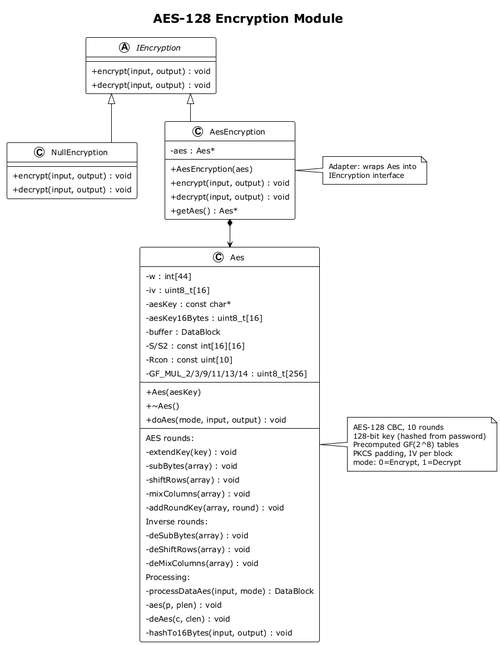
Before: DevFiles/FlowCharts/UML/AES_Module.png, a diagram exported from PlantUML (KAIDO-YONAGI/Noobs-Compressor). Its diagram source:
```plantuml
@startuml AES_Module

!theme plain
skinparam classAttributeIconSize 0
skinparam linetype ortho
skinparam nodesep 50
skinparam ranksep 50
skinparam padding 4
skinparam packagePadding 4

title AES-128 Encryption Module

abstract class IEncryption {
    + encrypt(input, output) : void
    + decrypt(input, output) : void
}

together {
    class AesEncryption {
        - aes : Aes*
        + AesEncryption(aes)
        + encrypt(input, output) : void
        + decrypt(input, output) : void
        + getAes() : Aes*
    }
    class NullEncryption {
        + encrypt(input, output) : void
        + decrypt(input, output) : void
    }
}

class Aes {
    - w : int[44]
    - iv : uint8_t[16]
    - aesKey : const char*
    - aesKey16Bytes : uint8_t[16]
    - buffer : DataBlock
    - S/S2 : const int[16][16]
    - Rcon : const uint[10]
    - GF_MUL_2/3/9/11/13/14 : uint8_t[256]
    --
    + Aes(aesKey)
    + ~Aes()
    + doAes(mode, input, output) : void
    --
    AES rounds:
    - extendKey(key) : void
    - subBytes(array) : void
    - shiftRows(array) : void
    - mixColumns(array) : void
    - addRoundKey(array, round) : void
    Inverse rounds:
    - deSubBytes(array) : void
    - deShiftRows(array) : void
    - deMixColumns(array) : void
    Processing:
    - processDataAes(input, mode) : DataBlock
    - aes(p, plen) : void
    - deAes(c, clen) : void
    - hashTo16Bytes(input, output) : void
}

IEncryption <|-- AesEncryption
IEncryption <|-- NullEncryption
AesEncryption *--> Aes

note right of Aes
  AES-128 CBC, 10 rounds
  128-bit key (hashed from password)
  Precomputed GF(2^8) tables
  PKCS padding, IV per block
  mode: 0=Encrypt, 1=Decrypt
end note

note left of AesEncryption
  Adapter: wraps Aes into
  IEncryption interface
end note

@enduml
```
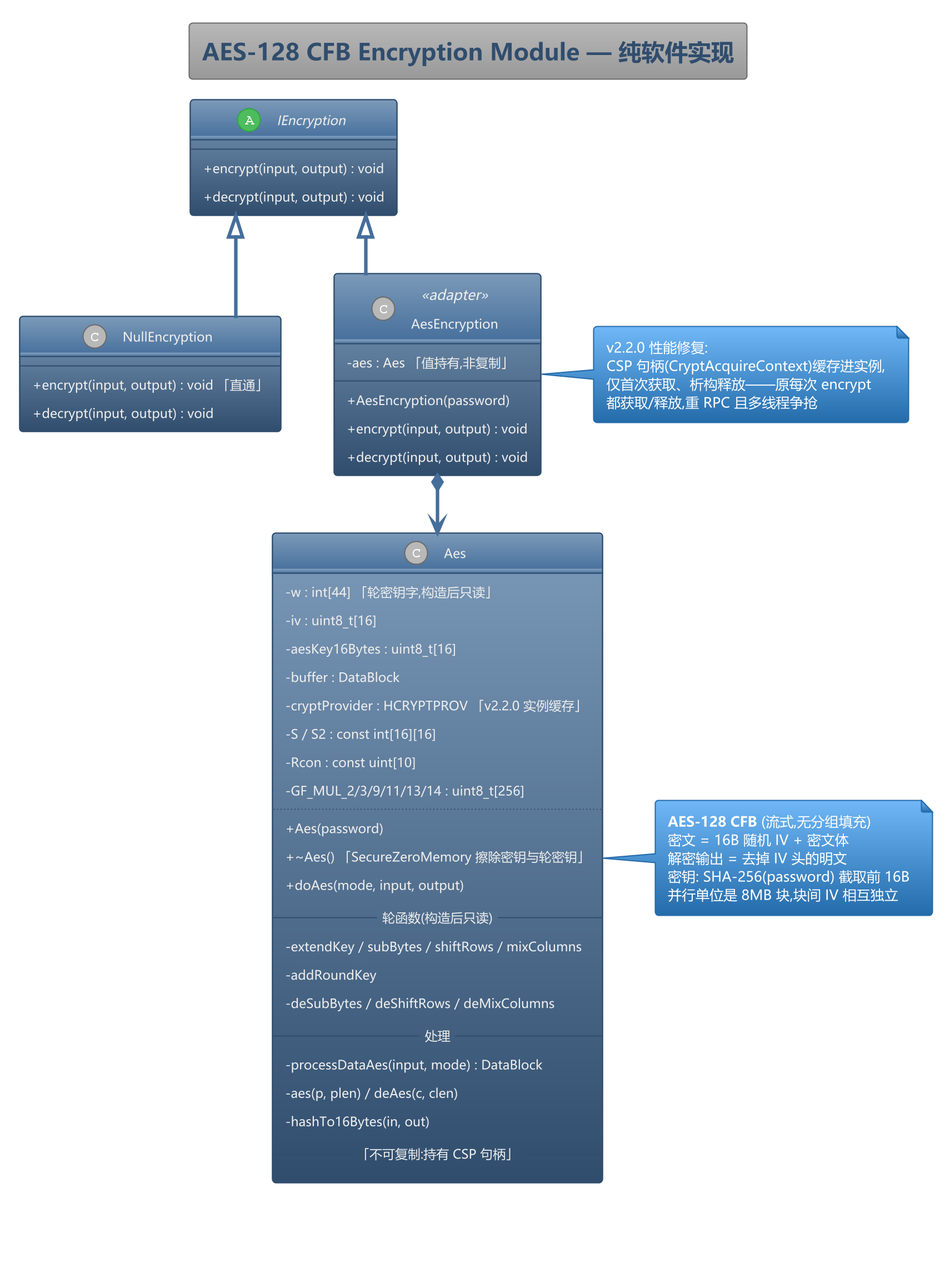
The same file after the commit.

The edit, as a diff of the source:
```diff
@@ -1,14 +1,16 @@
 @startuml AES_Module
-
-!theme plain
+scale 2
+!theme spacelab
 skinparam classAttributeIconSize 0
 skinparam linetype ortho
-skinparam nodesep 50
+skinparam defaultFontName "Microsoft YaHei"
+skinparam shadowing false
+skinparam roundCorner 6
+skinparam nodesep 45
 skinparam ranksep 50
-skinparam padding 4
-skinparam packagePadding 4
+caption v2.2.0 · 2026-09-07
 
-title AES-128 Encryption Module
+title AES-128 CFB Encryption Module — 纯软件实现
 
 abstract class IEncryption {
     + encrypt(input, output) : void
@@ -16,48 +18,40 @@
 }
 
 together {
-    class AesEncryption {
-        - aes : Aes*
-        + AesEncryption(aes)
+    class AesEncryption <<adapter>> {
+        - aes : Aes 「值持有,非复制」
+        + AesEncryption(password)
         + encrypt(input, output) : void
         + decrypt(input, output) : void
-        + getAes() : Aes*
     }
     class NullEncryption {
-        + encrypt(input, output) : void
+        + encrypt(input, output) : void 「直通」
         + decrypt(input, output) : void
     }
 }
 
 class Aes {
-    - w : int[44]
+    - w : int[44] 「轮密钥字,构造后只读」
     - iv : uint8_t[16]
-    - aesKey : const char*
     - aesKey16Bytes : uint8_t[16]
     - buffer : DataBlock
-    - S/S2 : const int[16][16]
+    - cryptProvider : HCRYPTPROV 「v2.2.0 实例缓存」
+    - S / S2 : const int[16][16]
     - Rcon : const uint[10]
     - GF_MUL_2/3/9/11/13/14 : uint8_t[256]
-    --
-    + Aes(aesKey)
-    + ~Aes()
-    + doAes(mode, input, output) : void
-    --
-    AES rounds:
-    - extendKey(key) : void
-    - subBytes(array) : void
-    - shiftRows(array) : void
-    - mixColumns(array) : void
-    - addRoundKey(array, round) : void
-    Inverse rounds:
-    - deSubBytes(array) : void
-    - deShiftRows(array) : void
-    - deMixColumns(array) : void
-    Processing:
+    ..
+    + Aes(password)
+    + ~Aes() 「SecureZeroMemory 擦除密钥与轮密钥」
+    + doAes(mode, input, output)
+    __ 轮函数(构造后只读) __
+    - extendKey / subBytes / shiftRows / mixColumns
+    - addRoundKey
+    - deSubBytes / deShiftRows / deMixColumns
+    __ 处理 __
     - processDataAes(input, mode) : DataBlock
-    - aes(p, plen) : void
-    - deAes(c, clen) : void
-    - hashTo16Bytes(input, output) : void
+    - aes(p, plen) / deAes(c, clen)
+    - hashTo16Bytes(in, out)
+    __ 「不可复制:持有 CSP 句柄」 __
 }
 
 IEncryption <|-- AesEncryption
@@ -65,16 +59,18 @@
 AesEncryption *--> Aes
 
 note right of Aes
-  AES-128 CBC, 10 rounds
-  128-bit key (hashed from password)
-  Precomputed GF(2^8) tables
-  PKCS padding, IV per block
-  mode: 0=Encrypt, 1=Decrypt
+  **AES-128 CFB** (流式,无分组填充)
+  密文 = 16B 随机 IV + 密文体
+  解密输出 = 去掉 IV 头的明文
+  密钥: SHA-256(password) 截取前 16B
+  并行单位是 8MB 块,块间 IV 相互独立
 end note
 
 note left of AesEncryption
-  Adapter: wraps Aes into
-  IEncryption interface
+  v2.2.0 性能修复:
+  CSP 句柄(CryptAcquireContext)缓存进实例,
+  仅首次获取、析构释放——原每次 encrypt
+  都获取/释放,重 RPC 且多线程争抢
 end note
 
 @enduml
```
